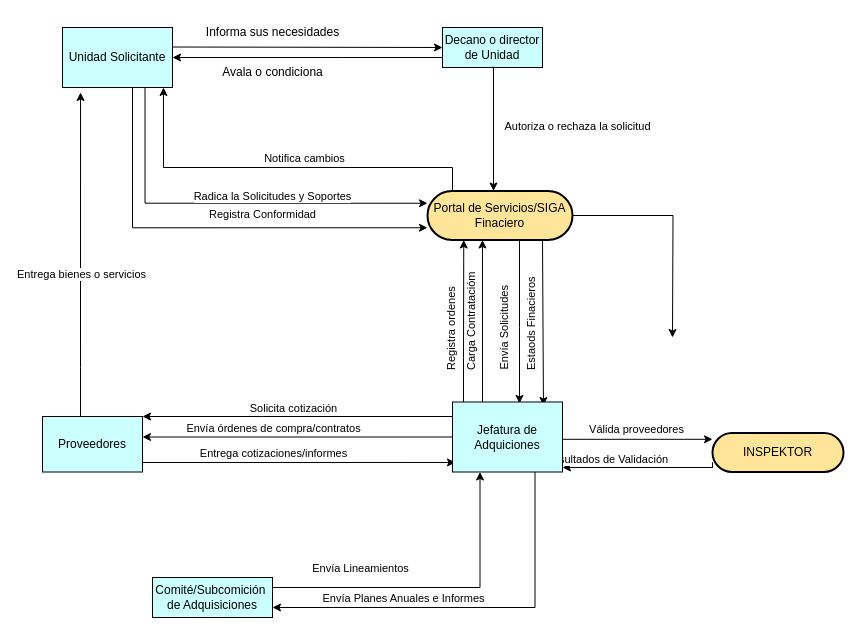
Above: entrega/c1-contexto-final.drawio in NicolasOrtiz05/Taller-C4-AREM (draw.io), before the change. Source tidied: cells renumbered, new cells numbered last; positions are measured from the earlier drawing's top-left corner, leaving out a move shared by most shapes. Both pictures are drawn from the tidied source at 100%, with x=0, y=0 at pixel (42, 17).
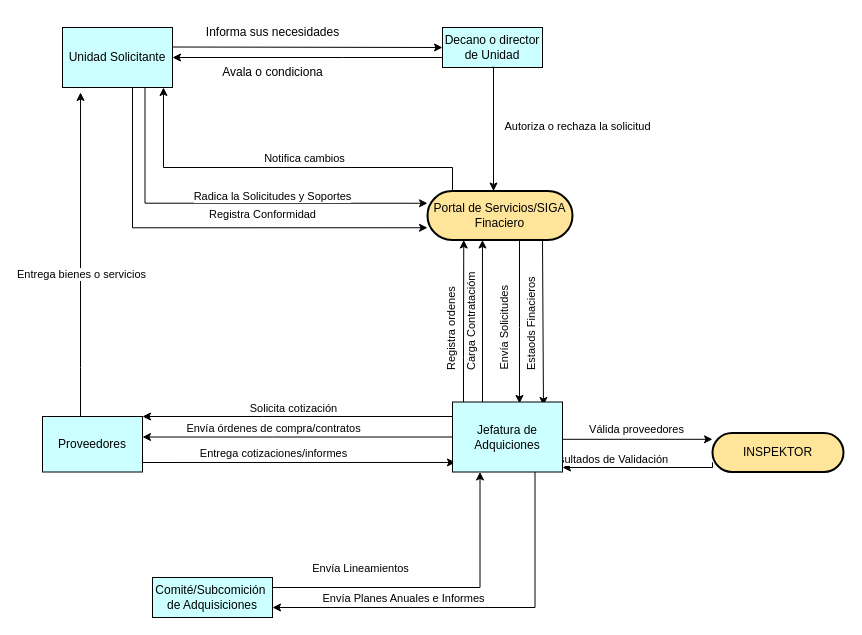
After the change.

The change refers to these unchanged cells:
```xml
<mxCell id="5" value="Portal de Servicios/SIGA Finaciero" style="rounded=1;whiteSpace=wrap;arcSize=50;strokeWidth=2;fillColor=#FFE599;" parent="1" vertex="1">
  <mxGeometry x="385" y="173.5" width="145" height="49" as="geometry" />
</mxCell>
```

Diff of the diagram source:
```diff
@@
-    <mxCell id="2" style="edgeStyle=orthogonalEdgeStyle;rounded=0;jettySize=auto;html=1;" parent="1" edge="1" source="5">
-      <mxGeometry relative="1" as="geometry">
-        <mxPoint x="630" y="320" as="targetPoint" />
-      </mxGeometry>
-    </mxCell>
```
